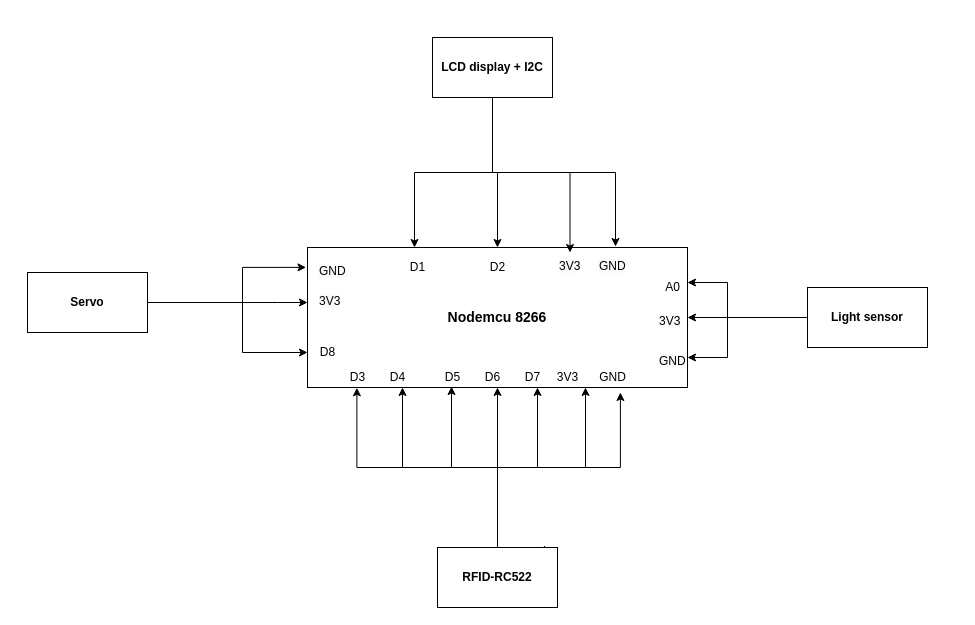
Earlier version of the draw.io diagram Biểu đồ không có tiêu đề.drawio (Kevin906/ASS1). Source tidied: cells renumbered, new cells numbered last; positions are measured from the earlier drawing's top-left corner, leaving out a move shared by most shapes. Both pictures are drawn from the tidied source at 100%, with x=0, y=0 at pixel (27, 37).
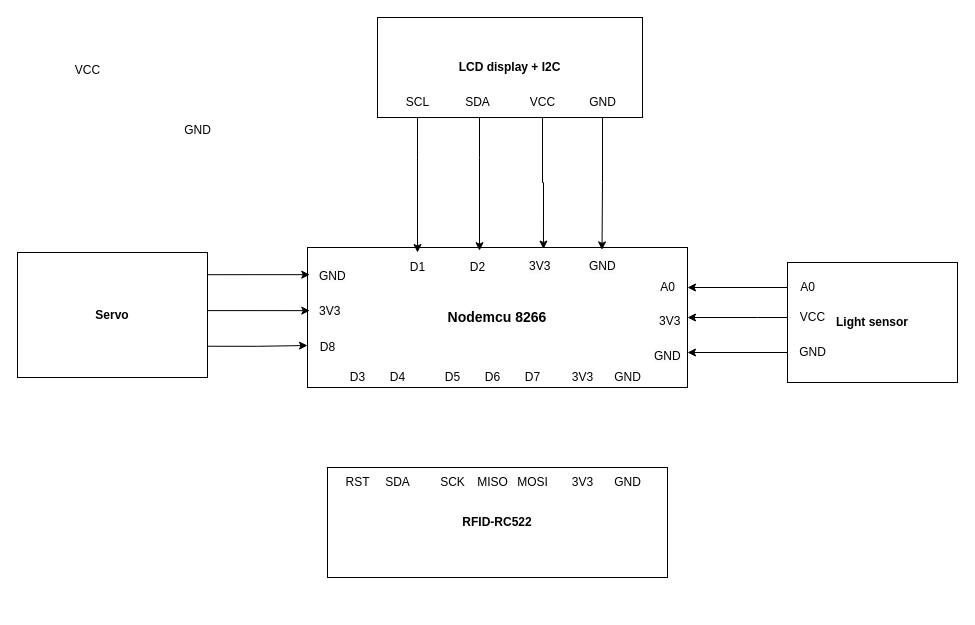
The same page after the edit.

Commit message:
Cập nhật Biểu đồ không có tiêu đề.drawio

The change refers to these unchanged cells:
```xml
<mxCell id="2" value="&lt;b&gt;&lt;font style=&quot;font-size: 14px;&quot;&gt;Nodemcu 8266&lt;/font&gt;&lt;/b&gt;" style="whiteSpace=wrap;html=1;" parent="1" vertex="1">
  <mxGeometry x="280" y="210" width="380" height="140" as="geometry" />
</mxCell>
<mxCell id="32" value="D1" style="text;html=1;align=center;verticalAlign=middle;points=[];strokeColor=none;fillColor=none;" parent="1" vertex="1">
  <mxGeometry x="370" y="215" width="40" height="30" as="geometry" />
</mxCell>
```

Diff of the diagram source:
```diff
@@
-    <mxCell id="3" style="edgeStyle=orthogonalEdgeStyle;rounded=0;jettySize=auto;html=1;exitX=0.5;exitY=0;exitDx=0;exitDy=0;entryX=0.25;entryY=1;entryDx=0;entryDy=0;" parent="1" edge="1" source="6" target="2">
-      <mxGeometry relative="1" as="geometry" />
-    </mxCell>
-    <mxCell id="4" style="edgeStyle=orthogonalEdgeStyle;rounded=0;jettySize=auto;html=1;exitX=0.75;exitY=0;exitDx=0;exitDy=0;entryX=0.5;entryY=1;entryDx=0;entryDy=0;" parent="1" edge="1" source="6" target="2">
-      <mxGeometry relative="1" as="geometry">
-        <Array as="points">
-          <mxPoint x="470" y="510" />
-        </Array>
-      </mxGeometry>
-    </mxCell>
-    <mxCell id="5" style="edgeStyle=orthogonalEdgeStyle;rounded=0;jettySize=auto;html=1;exitX=0.891;exitY=-0.026;exitDx=0;exitDy=0;exitPerimeter=0;" parent="1" edge="1" source="6">
-      <mxGeometry relative="1" as="geometry">
-        <mxPoint x="558" y="350" as="targetPoint" />
-        <Array as="points">
-          <mxPoint x="517" y="510" />
-          <mxPoint x="470" y="510" />
-          <mxPoint x="470" y="430" />
-          <mxPoint x="558" y="430" />
-        </Array>
-      </mxGeometry>
-    </mxCell>
     <mxCell id="6" value="&lt;b&gt;RFID-RC522&lt;/b&gt;" style="whiteSpace=wrap;html=1;" parent="1" vertex="1">
-      <mxGeometry x="410" y="510" width="120" height="60" as="geometry" />
+      <mxGeometry x="300" y="430" width="340" height="110" as="geometry" />
     </mxCell>
-    <mxCell id="7" style="edgeStyle=orthogonalEdgeStyle;rounded=0;jettySize=auto;html=1;entryX=1;entryY=0.5;entryDx=0;entryDy=0;" parent="1" edge="1" source="10" target="2">
-      <mxGeometry relative="1" as="geometry" />
-    </mxCell>
-    <mxCell id="8" style="edgeStyle=orthogonalEdgeStyle;rounded=0;jettySize=auto;html=1;exitX=0;exitY=0;exitDx=0;exitDy=0;entryX=1;entryY=0.25;entryDx=0;entryDy=0;" parent="1" edge="1" source="10" target="2">
-      <mxGeometry relative="1" as="geometry">
-        <Array as="points">
-          <mxPoint x="780" y="280" />
-          <mxPoint x="700" y="280" />
-          <mxPoint x="700" y="245" />
-        </Array>
-      </mxGeometry>
-    </mxCell>
-    <mxCell id="9" style="edgeStyle=orthogonalEdgeStyle;rounded=0;jettySize=auto;html=1;exitX=0;exitY=1;exitDx=0;exitDy=0;entryX=1;entryY=0.5;entryDx=0;entryDy=0;" parent="1" edge="1" source="10" target="25">
-      <mxGeometry relative="1" as="geometry">
-        <Array as="points">
-          <mxPoint x="780" y="280" />
-          <mxPoint x="700" y="280" />
-          <mxPoint x="700" y="320" />
-        </Array>
-      </mxGeometry>
-    </mxCell>
     <mxCell id="10" value="&lt;b&gt;Light sensor&lt;/b&gt;" style="whiteSpace=wrap;html=1;" parent="1" vertex="1">
-      <mxGeometry x="780" y="250" width="120" height="60" as="geometry" />
+      <mxGeometry x="760" y="225" width="170" height="120" as="geometry" />
     </mxCell>
-    <mxCell id="11" style="edgeStyle=orthogonalEdgeStyle;rounded=0;jettySize=auto;html=1;exitX=0.25;exitY=1;exitDx=0;exitDy=0;" parent="1" edge="1" source="14">
-      <mxGeometry relative="1" as="geometry">
-        <mxPoint x="387" y="210" as="targetPoint" />
-        <Array as="points">
-          <mxPoint x="465" y="60" />
-          <mxPoint x="465" y="135" />
-          <mxPoint x="387" y="135" />
-          <mxPoint x="387" y="210" />
-        </Array>
-      </mxGeometry>
-    </mxCell>
-    <mxCell id="12" style="edgeStyle=orthogonalEdgeStyle;rounded=0;jettySize=auto;html=1;exitX=0.5;exitY=1;exitDx=0;exitDy=0;entryX=0.5;entryY=0;entryDx=0;entryDy=0;" parent="1" edge="1" source="14" target="2">
-      <mxGeometry relative="1" as="geometry" />
-    </mxCell>
-    <mxCell id="13" style="edgeStyle=orthogonalEdgeStyle;rounded=0;jettySize=auto;html=1;exitX=0.75;exitY=1;exitDx=0;exitDy=0;entryX=0.25;entryY=0;entryDx=0;entryDy=0;" parent="1" edge="1" source="14" target="30">
-      <mxGeometry relative="1" as="geometry">
-        <Array as="points">
-          <mxPoint x="465" y="60" />
-          <mxPoint x="465" y="135" />
-          <mxPoint x="543" y="135" />
-        </Array>
-      </mxGeometry>
-    </mxCell>
+    <mxCell id="41" style="edgeStyle=orthogonalEdgeStyle;rounded=0;jettySize=auto;html=1;" parent="1" edge="1" source="14" target="32">
+      <mxGeometry relative="1" as="geometry">
+        <Array as="points">
+          <mxPoint x="390" y="120" />
+          <mxPoint x="390" y="120" />
+        </Array>
+      </mxGeometry>
+    </mxCell>
     <mxCell id="14" value="&lt;b&gt;LCD display + I2C&lt;/b&gt;" style="whiteSpace=wrap;html=1;" parent="1" vertex="1">
-      <mxGeometry x="405" width="120" height="60" as="geometry" />
+      <mxGeometry x="350" y="-20" width="265" height="100" as="geometry" />
     </mxCell>
-    <mxCell id="15" style="edgeStyle=orthogonalEdgeStyle;rounded=0;jettySize=auto;html=1;" parent="1" edge="1" source="18" target="2">
-      <mxGeometry relative="1" as="geometry">
-        <Array as="points">
-          <mxPoint x="250" y="265" />
-          <mxPoint x="250" y="265" />
-        </Array>
-      </mxGeometry>
-    </mxCell>
-    <mxCell id="16" style="edgeStyle=orthogonalEdgeStyle;rounded=0;jettySize=auto;html=1;exitX=1;exitY=0;exitDx=0;exitDy=0;entryX=-0.004;entryY=0.142;entryDx=0;entryDy=0;entryPerimeter=0;" parent="1" edge="1" source="18" target="2">
-      <mxGeometry relative="1" as="geometry">
-        <Array as="points">
-          <mxPoint x="120" y="265" />
-          <mxPoint x="215" y="265" />
-          <mxPoint x="215" y="230" />
-        </Array>
-      </mxGeometry>
-    </mxCell>
-    <mxCell id="17" style="edgeStyle=orthogonalEdgeStyle;rounded=0;jettySize=auto;html=1;exitX=1;exitY=1;exitDx=0;exitDy=0;entryX=0;entryY=0.75;entryDx=0;entryDy=0;" parent="1" edge="1" source="18" target="2">
-      <mxGeometry relative="1" as="geometry">
-        <Array as="points">
-          <mxPoint x="120" y="265" />
-          <mxPoint x="215" y="265" />
-          <mxPoint x="215" y="315" />
-        </Array>
-      </mxGeometry>
-    </mxCell>
     <mxCell id="18" value="&lt;b&gt;Servo&lt;/b&gt;" style="whiteSpace=wrap;html=1;" parent="1" vertex="1">
-      <mxGeometry y="235" width="120" height="60" as="geometry" />
+      <mxGeometry x="-10" y="215" width="190" height="125" as="geometry" />
     </mxCell>
-    <mxCell id="19" style="edgeStyle=orthogonalEdgeStyle;rounded=0;jettySize=auto;html=1;exitX=1;exitY=1;exitDx=0;exitDy=0;" parent="1" edge="1" source="14">
-      <mxGeometry relative="1" as="geometry">
-        <mxPoint x="588" y="209" as="targetPoint" />
-        <Array as="points">
-          <mxPoint x="465" y="60" />
-          <mxPoint x="465" y="135" />
-          <mxPoint x="588" y="135" />
-        </Array>
-      </mxGeometry>
-    </mxCell>
-    <mxCell id="20" style="edgeStyle=orthogonalEdgeStyle;rounded=0;orthogonalLoop=1;jettySize=auto;html=1;exitX=0.25;exitY=0;exitDx=0;exitDy=0;" parent="1" edge="1">
-      <mxGeometry relative="1" as="geometry">
-        <mxPoint x="445" y="510" as="sourcePoint" />
-        <mxPoint x="592.9" y="355" as="targetPoint" />
-        <Array as="points">
-          <mxPoint x="470" y="510" />
-          <mxPoint x="470" y="430" />
-          <mxPoint x="593" y="430" />
-        </Array>
-      </mxGeometry>
-    </mxCell>
-    <mxCell id="21" style="edgeStyle=orthogonalEdgeStyle;rounded=0;jettySize=auto;html=1;entryX=0.379;entryY=0.993;entryDx=0;entryDy=0;entryPerimeter=0;" parent="1" edge="1" source="6" target="2">
-      <mxGeometry relative="1" as="geometry" />
-    </mxCell>
-    <mxCell id="22" style="edgeStyle=orthogonalEdgeStyle;rounded=0;jettySize=auto;html=1;" parent="1" edge="1" source="6">
-      <mxGeometry relative="1" as="geometry">
-        <mxPoint x="510" y="350" as="targetPoint" />
-        <Array as="points">
-          <mxPoint x="470" y="430" />
-          <mxPoint x="510" y="430" />
-        </Array>
-      </mxGeometry>
-    </mxCell>
-    <mxCell id="23" style="edgeStyle=orthogonalEdgeStyle;rounded=0;jettySize=auto;html=1;entryX=0.13;entryY=1.002;entryDx=0;entryDy=0;entryPerimeter=0;" parent="1" edge="1" source="6" target="2">
-      <mxGeometry relative="1" as="geometry">
-        <Array as="points">
-          <mxPoint x="470" y="430" />
-          <mxPoint x="329" y="430" />
-        </Array>
-      </mxGeometry>
-    </mxCell>
     <mxCell id="24" value="GND" style="text;html=1;align=center;verticalAlign=middle;strokeColor=none;fillColor=none;" parent="1" vertex="1">
-      <mxGeometry x="560" y="325" width="50" height="30" as="geometry" />
+      <mxGeometry x="575" y="325" width="50" height="30" as="geometry" />
     </mxCell>
     <mxCell id="25" value="&lt;span style=&quot;color: rgb(0, 0, 0); font-family: Helvetica; font-size: 12px; font-style: normal; font-variant-ligatures: normal; font-variant-caps: normal; font-weight: 400; letter-spacing: normal; orphans: 2; text-align: center; text-indent: 0px; text-transform: none; widows: 2; word-spacing: 0px; -webkit-text-stroke-width: 0px; white-space: nowrap; background-color: rgb(251, 251, 251); text-decoration-thickness: initial; text-decoration-style: initial; text-decoration-color: initial; display: inline !important; float: none;&quot;&gt;GND&lt;/span&gt;" style="text;whiteSpace=wrap;html=1;" parent="1" vertex="1">
-      <mxGeometry x="630" y="310" width="30" height="20" as="geometry" />
+      <mxGeometry x="625" y="305" width="30" height="20" as="geometry" />
     </mxCell>
     <mxCell id="26" value="&lt;span style=&quot;color: rgb(0, 0, 0); font-family: Helvetica; font-size: 12px; font-style: normal; font-variant-ligatures: normal; font-variant-caps: normal; font-weight: 400; letter-spacing: normal; orphans: 2; text-align: center; text-indent: 0px; text-transform: none; widows: 2; word-spacing: 0px; -webkit-text-stroke-width: 0px; white-space: nowrap; background-color: rgb(251, 251, 251); text-decoration-thickness: initial; text-decoration-style: initial; text-decoration-color: initial; display: inline !important; float: none;&quot;&gt;GND&lt;/span&gt;" style="text;whiteSpace=wrap;html=1;" parent="1" vertex="1">
-      <mxGeometry x="570" y="215" width="30" height="20" as="geometry" />
+      <mxGeometry x="560" y="215" width="30" height="20" as="geometry" />
     </mxCell>
     <mxCell id="27" value="&lt;span style=&quot;color: rgb(0, 0, 0); font-family: Helvetica; font-size: 12px; font-style: normal; font-variant-ligatures: normal; font-variant-caps: normal; font-weight: 400; letter-spacing: normal; orphans: 2; text-align: center; text-indent: 0px; text-transform: none; widows: 2; word-spacing: 0px; -webkit-text-stroke-width: 0px; white-space: nowrap; background-color: rgb(251, 251, 251); text-decoration-thickness: initial; text-decoration-style: initial; text-decoration-color: initial; display: inline !important; float: none;&quot;&gt;GND&lt;/span&gt;" style="text;whiteSpace=wrap;html=1;" parent="1" vertex="1">
-      <mxGeometry x="290" y="220" width="60" height="40" as="geometry" />
+      <mxGeometry x="290" y="225" width="60" height="40" as="geometry" />
     </mxCell>
     <mxCell id="28" value="3V3" style="text;html=1;align=center;verticalAlign=middle;strokeColor=none;fillColor=none;" parent="1" vertex="1">
-      <mxGeometry x="520" y="325" width="40" height="30" as="geometry" />
+      <mxGeometry x="535" y="325" width="40" height="30" as="geometry" />
     </mxCell>
     <mxCell id="29" value="&lt;span style=&quot;color: rgb(0, 0, 0); font-family: Helvetica; font-size: 12px; font-style: normal; font-variant-ligatures: normal; font-variant-caps: normal; font-weight: 400; letter-spacing: normal; orphans: 2; text-align: center; text-indent: 0px; text-transform: none; widows: 2; word-spacing: 0px; -webkit-text-stroke-width: 0px; white-space: nowrap; background-color: rgb(251, 251, 251); text-decoration-thickness: initial; text-decoration-style: initial; text-decoration-color: initial; display: inline !important; float: none;&quot;&gt;3V3&lt;/span&gt;" style="text;whiteSpace=wrap;html=1;" parent="1" vertex="1">
-      <mxGeometry x="630" y="270" width="50" height="40" as="geometry" />
+      <mxGeometry x="630" y="270" width="30" height="20" as="geometry" />
     </mxCell>
     <mxCell id="30" value="&lt;span style=&quot;color: rgb(0, 0, 0); font-family: Helvetica; font-size: 12px; font-style: normal; font-variant-ligatures: normal; font-variant-caps: normal; font-weight: 400; letter-spacing: normal; orphans: 2; text-align: center; text-indent: 0px; text-transform: none; widows: 2; word-spacing: 0px; -webkit-text-stroke-width: 0px; white-space: nowrap; background-color: rgb(251, 251, 251); text-decoration-thickness: initial; text-decoration-style: initial; text-decoration-color: initial; display: inline !important; float: none;&quot;&gt;3V3&lt;/span&gt;" style="text;whiteSpace=wrap;html=1;" parent="1" vertex="1">
-      <mxGeometry x="530" y="215" width="50" height="40" as="geometry" />
+      <mxGeometry x="500" y="215" width="50" height="40" as="geometry" />
     </mxCell>
     <mxCell id="31" value="&lt;span style=&quot;color: rgb(0, 0, 0); font-family: Helvetica; font-size: 12px; font-style: normal; font-variant-ligatures: normal; font-variant-caps: normal; font-weight: 400; letter-spacing: normal; orphans: 2; text-align: center; text-indent: 0px; text-transform: none; widows: 2; word-spacing: 0px; -webkit-text-stroke-width: 0px; white-space: nowrap; background-color: rgb(251, 251, 251); text-decoration-thickness: initial; text-decoration-style: initial; text-decoration-color: initial; display: inline !important; float: none;&quot;&gt;3V3&lt;/span&gt;" style="text;whiteSpace=wrap;html=1;" parent="1" vertex="1">
-      <mxGeometry x="290" y="250" width="50" height="40" as="geometry" />
+      <mxGeometry x="290" y="260" width="50" height="40" as="geometry" />
     </mxCell>
@@
     <mxCell id="33" value="D2" style="text;html=1;align=center;verticalAlign=middle;points=[];strokeColor=none;fillColor=none;" parent="1" vertex="1">
-      <mxGeometry x="450" y="215" width="40" height="30" as="geometry" />
+      <mxGeometry x="430" y="215" width="40" height="30" as="geometry" />
     </mxCell>
     <mxCell id="34" value="A0" style="text;html=1;align=center;verticalAlign=middle;points=[];strokeColor=none;fillColor=none;" parent="1" vertex="1">
-      <mxGeometry x="625" y="235" width="40" height="30" as="geometry" />
+      <mxGeometry x="620" y="235" width="40" height="30" as="geometry" />
     </mxCell>
     <mxCell id="35" value="D8" style="text;html=1;align=center;verticalAlign=middle;strokeColor=none;fillColor=none;" parent="1" vertex="1">
-      <mxGeometry x="280" y="300" width="40" height="30" as="geometry" />
+      <mxGeometry x="280" y="295" width="40" height="30" as="geometry" />
     </mxCell>
@@
+    <mxCell id="42" style="edgeStyle=orthogonalEdgeStyle;rounded=0;jettySize=auto;html=1;exitX=1;exitY=0.25;exitDx=0;exitDy=0;entryX=0.006;entryY=0.194;entryDx=0;entryDy=0;entryPerimeter=0;" parent="1" edge="1" source="18" target="2">
+      <mxGeometry relative="1" as="geometry">
+        <Array as="points">
+          <mxPoint x="180" y="237" />
+        </Array>
+      </mxGeometry>
+    </mxCell>
+    <mxCell id="43" style="edgeStyle=orthogonalEdgeStyle;rounded=0;jettySize=auto;html=1;exitX=1;exitY=0.5;exitDx=0;exitDy=0;entryX=0.006;entryY=0.451;entryDx=0;entryDy=0;entryPerimeter=0;" parent="1" edge="1" source="18" target="2">
+      <mxGeometry relative="1" as="geometry">
+        <Array as="points">
+          <mxPoint x="180" y="273" />
+        </Array>
+      </mxGeometry>
+    </mxCell>
+    <mxCell id="44" style="edgeStyle=orthogonalEdgeStyle;rounded=0;jettySize=auto;html=1;exitX=1;exitY=0.75;exitDx=0;exitDy=0;" parent="1" edge="1" source="18">
+      <mxGeometry relative="1" as="geometry">
+        <mxPoint x="280" y="308" as="targetPoint" />
+      </mxGeometry>
+    </mxCell>
+    <mxCell id="45" style="edgeStyle=orthogonalEdgeStyle;rounded=0;jettySize=auto;html=1;entryX=0.55;entryY=-0.06;entryDx=0;entryDy=0;entryPerimeter=0;" parent="1" edge="1" source="14" target="33">
+      <mxGeometry relative="1" as="geometry">
+        <Array as="points">
+          <mxPoint x="452" y="120" />
+          <mxPoint x="452" y="120" />
+        </Array>
+      </mxGeometry>
+    </mxCell>
+    <mxCell id="46" value="3V3" style="text;html=1;align=center;verticalAlign=middle;strokeColor=none;fillColor=none;" parent="1" vertex="1">
+      <mxGeometry x="535" y="430" width="40" height="30" as="geometry" />
+    </mxCell>
+    <mxCell id="47" value="RST" style="text;html=1;align=center;verticalAlign=middle;strokeColor=none;fillColor=none;" parent="1" vertex="1">
+      <mxGeometry x="305" y="430" width="50" height="30" as="geometry" />
+    </mxCell>
+    <mxCell id="48" value="GND" style="text;html=1;align=center;verticalAlign=middle;strokeColor=none;fillColor=none;" parent="1" vertex="1">
+      <mxGeometry x="575" y="430" width="50" height="30" as="geometry" />
+    </mxCell>
+    <mxCell id="49" value="MISO" style="text;html=1;align=center;verticalAlign=middle;strokeColor=none;fillColor=none;" parent="1" vertex="1">
+      <mxGeometry x="440" y="430" width="50" height="30" as="geometry" />
+    </mxCell>
+    <mxCell id="50" value="MOSI" style="text;html=1;align=center;verticalAlign=middle;strokeColor=none;fillColor=none;" parent="1" vertex="1">
+      <mxGeometry x="480" y="430" width="50" height="30" as="geometry" />
+    </mxCell>
+    <mxCell id="51" value="SCK" style="text;html=1;align=center;verticalAlign=middle;strokeColor=none;fillColor=none;" parent="1" vertex="1">
+      <mxGeometry x="400" y="430" width="50" height="30" as="geometry" />
+    </mxCell>
+    <mxCell id="52" value="SDA" style="text;html=1;align=center;verticalAlign=middle;strokeColor=none;fillColor=none;" parent="1" vertex="1">
+      <mxGeometry x="345" y="430" width="50" height="30" as="geometry" />
+    </mxCell>
+    <mxCell id="53" style="edgeStyle=orthogonalEdgeStyle;rounded=0;jettySize=auto;html=1;entryX=1;entryY=0.75;entryDx=0;entryDy=0;" parent="1" edge="1" source="54" target="2">
+      <mxGeometry relative="1" as="geometry" />
+    </mxCell>
+    <mxCell id="54" value="GND" style="text;html=1;align=center;verticalAlign=middle;points=[];strokeColor=none;fillColor=none;" parent="1" vertex="1">
+      <mxGeometry x="760" y="300" width="50" height="30" as="geometry" />
+    </mxCell>
+    <mxCell id="55" style="edgeStyle=orthogonalEdgeStyle;rounded=0;jettySize=auto;html=1;entryX=1;entryY=0.5;entryDx=0;entryDy=0;" parent="1" edge="1" source="56" target="29">
+      <mxGeometry relative="1" as="geometry">
+        <Array as="points">
+          <mxPoint x="730" y="280" />
+          <mxPoint x="730" y="280" />
+        </Array>
+      </mxGeometry>
+    </mxCell>
+    <mxCell id="56" value="VCC" style="text;html=1;align=center;verticalAlign=middle;points=[];strokeColor=none;fillColor=none;" parent="1" vertex="1">
+      <mxGeometry x="760" y="265" width="50" height="30" as="geometry" />
+    </mxCell>
+    <mxCell id="57" style="edgeStyle=orthogonalEdgeStyle;rounded=0;jettySize=auto;html=1;" parent="1" edge="1" source="58" target="34">
+      <mxGeometry relative="1" as="geometry" />
+    </mxCell>
+    <mxCell id="58" value="A0" style="text;html=1;align=center;verticalAlign=middle;points=[];strokeColor=none;fillColor=none;" parent="1" vertex="1">
+      <mxGeometry x="760" y="235" width="40" height="30" as="geometry" />
+    </mxCell>
+    <mxCell id="59" value="SCL" style="text;html=1;align=center;verticalAlign=middle;strokeColor=none;fillColor=none;" parent="1" vertex="1">
+      <mxGeometry x="365" y="50" width="50" height="30" as="geometry" />
+    </mxCell>
+    <mxCell id="60" value="SDA" style="text;html=1;align=center;verticalAlign=middle;strokeColor=none;fillColor=none;" parent="1" vertex="1">
+      <mxGeometry x="425" y="50" width="50" height="30" as="geometry" />
+    </mxCell>
+    <mxCell id="61" value="VCC" style="text;html=1;align=center;verticalAlign=middle;points=[];strokeColor=none;fillColor=none;" parent="1" vertex="1">
+      <mxGeometry x="490" y="50" width="50" height="30" as="geometry" />
+    </mxCell>
+    <mxCell id="62" value="GND" style="text;html=1;align=center;verticalAlign=middle;points=[];strokeColor=none;fillColor=none;" parent="1" vertex="1">
+      <mxGeometry x="550" y="50" width="50" height="30" as="geometry" />
+    </mxCell>
+    <mxCell id="63" style="edgeStyle=orthogonalEdgeStyle;rounded=0;jettySize=auto;html=1;entryX=0.621;entryY=0.011;entryDx=0;entryDy=0;entryPerimeter=0;" parent="1" edge="1" source="61" target="2">
+      <mxGeometry relative="1" as="geometry" />
+    </mxCell>
+    <mxCell id="64" style="edgeStyle=orthogonalEdgeStyle;rounded=0;jettySize=auto;html=1;entryX=0.775;entryY=0.017;entryDx=0;entryDy=0;entryPerimeter=0;" parent="1" edge="1" source="62" target="2">
+      <mxGeometry relative="1" as="geometry" />
+    </mxCell>
+    <mxCell id="65" value="GND" style="text;html=1;align=center;verticalAlign=middle;strokeColor=none;fillColor=none;" parent="1" vertex="1">
+      <mxGeometry x="145" y="78" width="50" height="30" as="geometry" />
+    </mxCell>
+    <mxCell id="66" value="VCC" style="text;html=1;align=center;verticalAlign=middle;strokeColor=none;fillColor=none;" parent="1" vertex="1">
+      <mxGeometry x="35" y="18" width="50" height="30" as="geometry" />
+    </mxCell>
```
